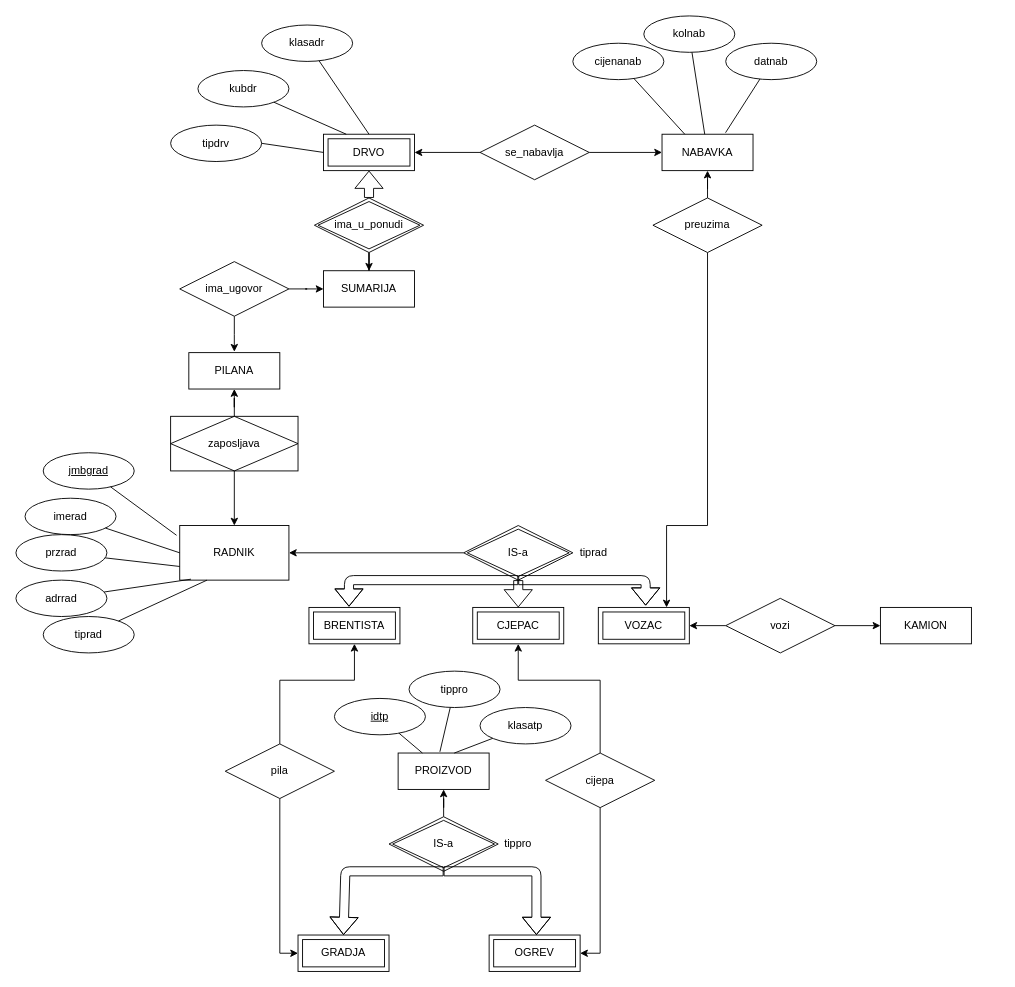
therealtgd/bp_er keeps this draw.io diagram as page "Pilana" (6 of 6) of bp_diagrams.drawio. Above is the earlier version. Source tidied: cells renumbered, new cells numbered last; positions are measured from the earlier drawing's top-left corner, leaving out a move shared by most shapes. Both pictures are drawn from the tidied source at 91%, with x=0, y=0 at pixel (15, 15).
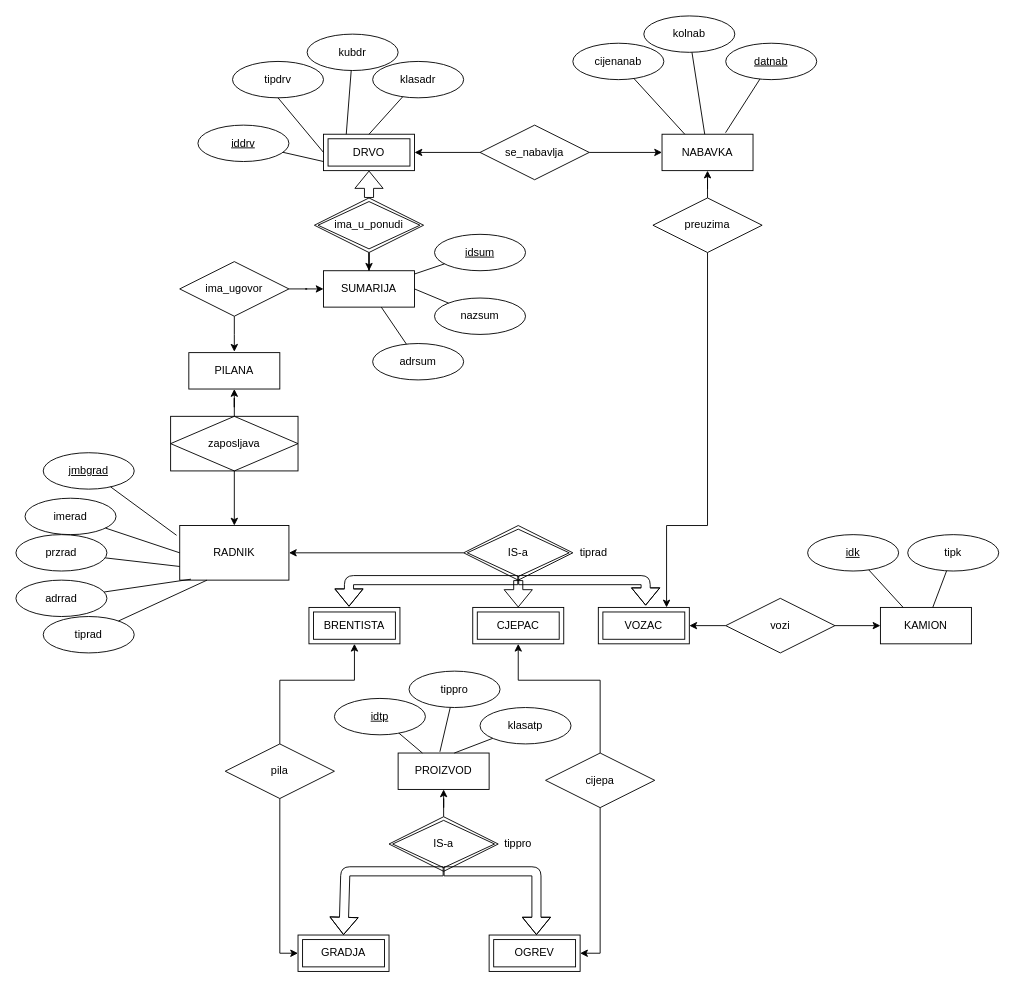
The same page after the edit.

The change refers to these unchanged cells:
```xml
<mxCell id="2" value="SUMARIJA" style="whiteSpace=wrap;html=1;align=center;" parent="1" vertex="1">
  <mxGeometry x="338" y="280" width="100" height="40" as="geometry" />
</mxCell>
<mxCell id="7" value="DRVO" style="shape=ext;margin=3;double=1;whiteSpace=wrap;html=1;align=center;" parent="1" vertex="1">
  <mxGeometry x="338" y="130" width="100" height="40" as="geometry" />
</mxCell>
<mxCell id="23" value="KAMION" style="whiteSpace=wrap;html=1;align=center;" parent="1" vertex="1">
  <mxGeometry x="950" y="650" width="100" height="40" as="geometry" />
</mxCell>
```

Diff of the diagram source:
```diff
@@
     <mxCell id="40" value="tipdrv" style="ellipse;whiteSpace=wrap;html=1;align=center;" parent="1" vertex="1">
-      <mxGeometry x="170" y="120" width="100" height="40" as="geometry" />
+      <mxGeometry x="238" y="50" width="100" height="40" as="geometry" />
     </mxCell>
     <mxCell id="41" value="kubdr" style="ellipse;whiteSpace=wrap;html=1;align=center;" parent="1" vertex="1">
-      <mxGeometry x="200" y="60" width="100" height="40" as="geometry" />
+      <mxGeometry x="320" y="20" width="100" height="40" as="geometry" />
     </mxCell>
     <mxCell id="42" value="klasadr" style="ellipse;whiteSpace=wrap;html=1;align=center;" parent="1" vertex="1">
-      <mxGeometry x="270" y="10" width="100" height="40" as="geometry" />
+      <mxGeometry x="392" y="50" width="100" height="40" as="geometry" />
     </mxCell>
-    <mxCell id="43" style="endArrow=none;html=1;entryX=1;entryY=0.5;entryDx=0;entryDy=0;exitX=0;exitY=0.5;exitDx=0;exitDy=0;" parent="1" edge="1" source="7" target="40">
+    <mxCell id="43" style="endArrow=none;html=1;entryX=0.5;entryY=1;entryDx=0;entryDy=0;exitX=0;exitY=0.5;exitDx=0;exitDy=0;" parent="1" edge="1" source="7" target="40">
       <mxGeometry relative="1" as="geometry" />
     </mxCell>
@@
-    <mxCell id="71" value="datnab" style="ellipse;whiteSpace=wrap;html=1;align=center;" parent="1" vertex="1">
+    <mxCell id="71" value="&lt;u&gt;datnab&lt;/u&gt;" style="ellipse;whiteSpace=wrap;html=1;align=center;" parent="1" vertex="1">
       <mxGeometry x="780" y="30" width="100" height="40" as="geometry" />
     </mxCell>
@@
+    <mxCell id="77" value="idsum" style="ellipse;whiteSpace=wrap;html=1;align=center;fontStyle=4;" parent="1" vertex="1">
+      <mxGeometry x="460" y="240" width="100" height="40" as="geometry" />
+    </mxCell>
+    <mxCell id="78" value="nazsum" style="ellipse;whiteSpace=wrap;html=1;align=center;" parent="1" vertex="1">
+      <mxGeometry x="460" y="310" width="100" height="40" as="geometry" />
+    </mxCell>
+    <mxCell id="79" value="adrsum" style="ellipse;whiteSpace=wrap;html=1;align=center;" parent="1" vertex="1">
+      <mxGeometry x="392" y="360" width="100" height="40" as="geometry" />
+    </mxCell>
+    <mxCell id="80" style="endArrow=none;html=1;" parent="1" edge="1" source="77" target="2">
+      <mxGeometry relative="1" as="geometry" />
+    </mxCell>
+    <mxCell id="81" style="endArrow=none;html=1;entryX=1;entryY=0.5;entryDx=0;entryDy=0;" parent="1" edge="1" source="78" target="2">
+      <mxGeometry relative="1" as="geometry" />
+    </mxCell>
+    <mxCell id="82" style="endArrow=none;html=1;" parent="1" edge="1" source="79" target="2">
+      <mxGeometry relative="1" as="geometry" />
+    </mxCell>
+    <mxCell id="83" value="iddrv" style="ellipse;whiteSpace=wrap;html=1;align=center;fontStyle=4;" parent="1" vertex="1">
+      <mxGeometry x="200" y="120" width="100" height="40" as="geometry" />
+    </mxCell>
+    <mxCell id="84" style="endArrow=none;html=1;entryX=0;entryY=0.75;entryDx=0;entryDy=0;" parent="1" edge="1" source="83" target="7">
+      <mxGeometry relative="1" as="geometry" />
+    </mxCell>
+    <mxCell id="85" value="tipk" style="ellipse;whiteSpace=wrap;html=1;align=center;" parent="1" vertex="1">
+      <mxGeometry x="980" y="570" width="100" height="40" as="geometry" />
+    </mxCell>
+    <mxCell id="86" value="&lt;u&gt;idk&lt;/u&gt;" style="ellipse;whiteSpace=wrap;html=1;align=center;" parent="1" vertex="1">
+      <mxGeometry x="870" y="570" width="100" height="40" as="geometry" />
+    </mxCell>
+    <mxCell id="87" style="endArrow=none;html=1;entryX=0.25;entryY=0;entryDx=0;entryDy=0;" parent="1" edge="1" source="86" target="23">
+      <mxGeometry relative="1" as="geometry" />
+    </mxCell>
+    <mxCell id="88" style="endArrow=none;html=1;" parent="1" edge="1" source="85" target="23">
+      <mxGeometry relative="1" as="geometry" />
+    </mxCell>
```
